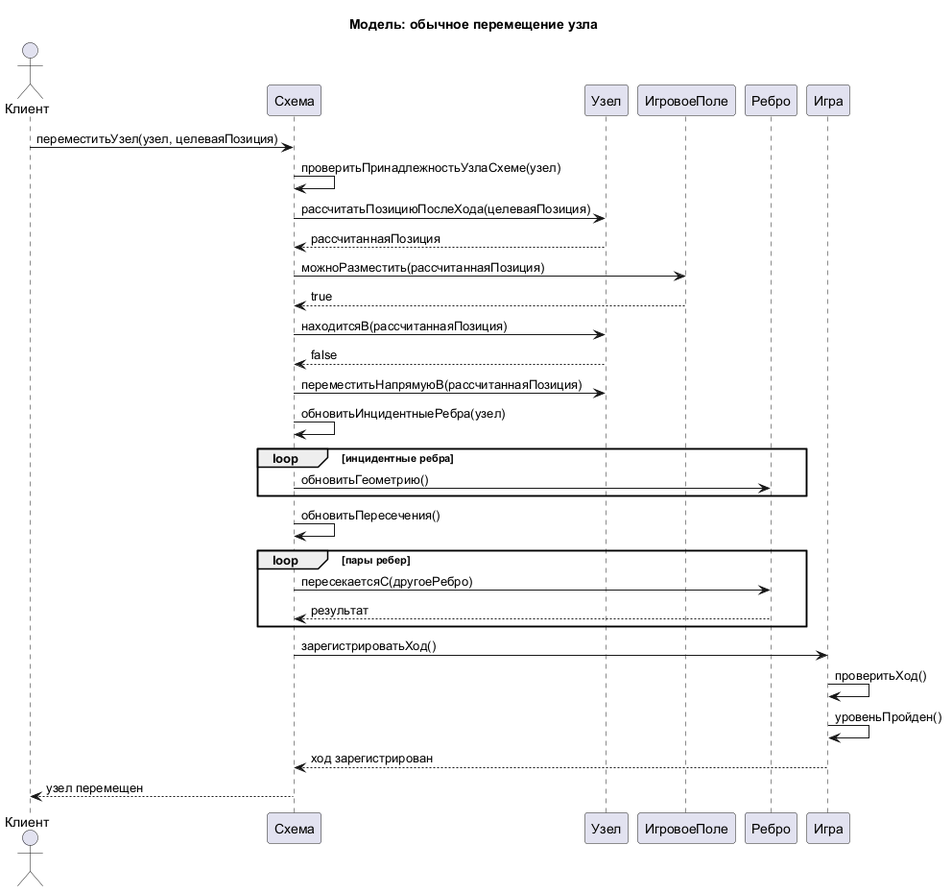
dmitriyBreyfogel/Untangle keeps this PlantUML diagram as diagrams/Model sequence diagrams/02 Move node normally.png. Above is the earlier version.
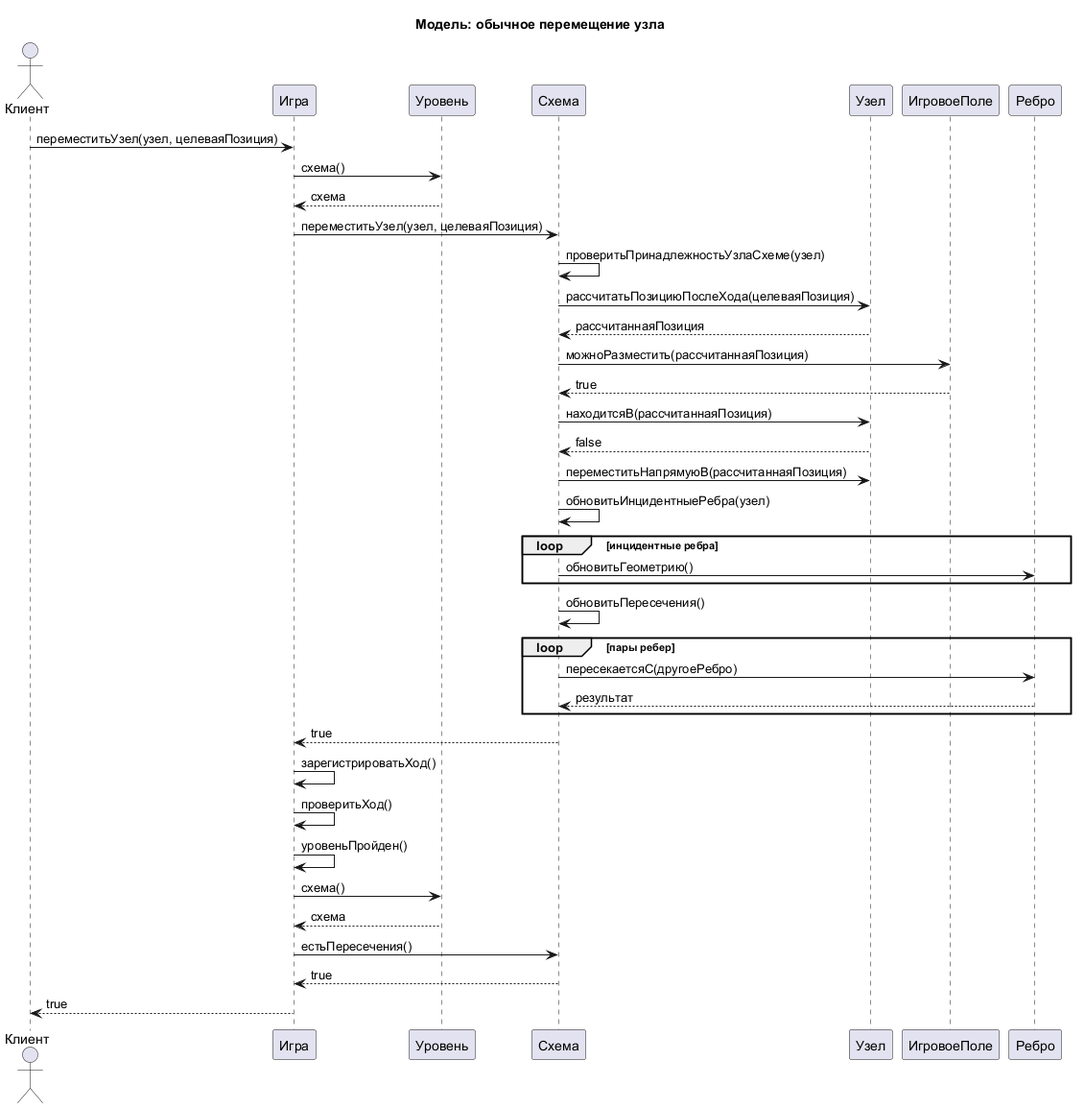
The same file after the commit.

What changed in the source:
```diff
@@ -2,13 +2,17 @@
 title Модель: обычное перемещение узла
 
 actor Клиент
+participant "Игра" as Игра
+participant "Уровень" as Уровень
 participant "Схема" as Схема
 participant "Узел" as Узел
 participant "ИгровоеПоле" as ИгровоеПоле
 participant "Ребро" as Ребро
-participant "Игра" as Игра
 
-Клиент -> Схема : переместитьУзел(узел, целеваяПозиция)
+Клиент -> Игра : переместитьУзел(узел, целеваяПозиция)
+Игра -> Уровень : схема()
+Уровень --> Игра : схема
+Игра -> Схема : переместитьУзел(узел, целеваяПозиция)
 Схема -> Схема : проверитьПринадлежностьУзлаСхеме(узел)
 Схема -> Узел : рассчитатьПозициюПослеХода(целеваяПозиция)
 Узел --> Схема : рассчитаннаяПозиция
@@ -26,10 +30,14 @@
     Схема -> Ребро : пересекаетсяС(другоеРебро)
     Ребро --> Схема : результат
 end
-Схема -> Игра : зарегистрироватьХод()
+Схема --> Игра : true
+Игра -> Игра : зарегистрироватьХод()
 Игра -> Игра : проверитьХод()
 Игра -> Игра : уровеньПройден()
-Игра --> Схема : ход зарегистрирован
-Схема --> Клиент : узел перемещен
+Игра -> Уровень : схема()
+Уровень --> Игра : схема
+Игра -> Схема : естьПересечения()
+Схема --> Игра : true
+Игра --> Клиент : true
 
 @enduml
```
